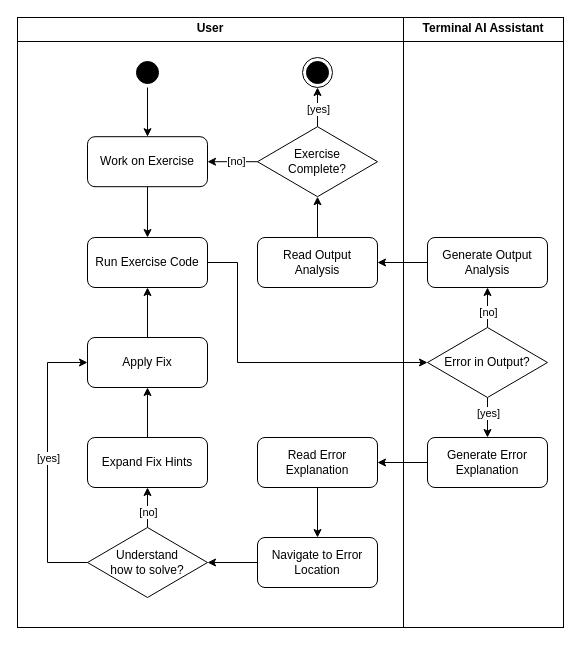
This is page "Page-7" (7 of 7) of figures/assistant-dynamic.drawio from Fangoling/bachelor-thesis, a draw.io file, before an edit. Source tidied: cells renumbered, new cells numbered last; positions are measured from the earlier drawing's top-left corner, leaving out a move shared by most shapes. Both pictures are drawn from the tidied source at 100%, with x=0, y=0 at pixel (17, 17).
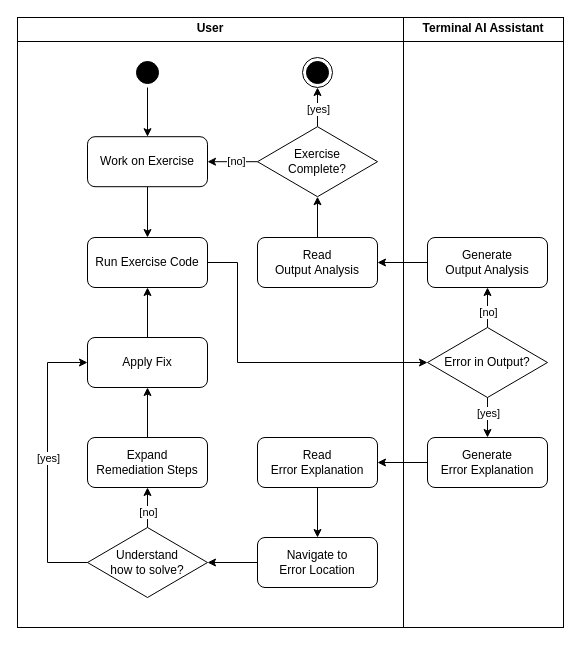
The same page after the edit.

The edit, as a diff of the source:
```diff
@@
-    <mxCell id="15" value="Generate Error Explanation" style="html=1;whiteSpace=wrap;rounded=1;" parent="1" vertex="1">
+    <mxCell id="15" value="Generate&lt;div&gt;Error Explanation&lt;/div&gt;" style="html=1;whiteSpace=wrap;rounded=1;" parent="1" vertex="1">
       <mxGeometry x="410" y="420" width="120" height="50" as="geometry" />
     </mxCell>
@@
-    <mxCell id="17" value="Generate Output Analysis" style="html=1;whiteSpace=wrap;rounded=1;" parent="1" vertex="1">
+    <mxCell id="17" value="Generate&lt;div&gt;Output Analysis&lt;/div&gt;" style="html=1;whiteSpace=wrap;rounded=1;" parent="1" vertex="1">
       <mxGeometry x="410" y="220" width="120" height="50" as="geometry" />
     </mxCell>
@@
-    <mxCell id="29" value="Expand Fix Hints" style="html=1;whiteSpace=wrap;rounded=1;" parent="1" vertex="1">
+    <mxCell id="29" value="Expand&lt;div&gt;Remediation&amp;nbsp;&lt;span style=&quot;background-color: transparent; color: light-dark(rgb(0, 0, 0), rgb(255, 255, 255));&quot;&gt;Steps&lt;/span&gt;&lt;/div&gt;" style="html=1;whiteSpace=wrap;rounded=1;" parent="1" vertex="1">
       <mxGeometry x="70" y="420" width="120" height="50" as="geometry" />
     </mxCell>
@@
-    <mxCell id="35" value="Read Error Explanation" style="html=1;whiteSpace=wrap;rounded=1;" parent="1" vertex="1">
+    <mxCell id="35" value="Read&lt;div&gt;Error Explanation&lt;/div&gt;" style="html=1;whiteSpace=wrap;rounded=1;" parent="1" vertex="1">
       <mxGeometry x="240" y="420" width="120" height="50" as="geometry" />
     </mxCell>
@@
-    <mxCell id="37" value="Read Output&lt;div&gt;Analysis&lt;/div&gt;" style="html=1;whiteSpace=wrap;rounded=1;" parent="1" vertex="1">
+    <mxCell id="37" value="Read&lt;div&gt;Output&amp;nbsp;&lt;span style=&quot;background-color: transparent; color: light-dark(rgb(0, 0, 0), rgb(255, 255, 255));&quot;&gt;Analysis&lt;/span&gt;&lt;/div&gt;" style="html=1;whiteSpace=wrap;rounded=1;" parent="1" vertex="1">
       <mxGeometry x="240" y="220" width="120" height="50" as="geometry" />
     </mxCell>
@@
-    <mxCell id="39" value="Navigate to Error Location" style="html=1;whiteSpace=wrap;rounded=1;" parent="1" vertex="1">
+    <mxCell id="39" value="Navigate to&lt;div&gt;&lt;span style=&quot;background-color: transparent; color: light-dark(rgb(0, 0, 0), rgb(255, 255, 255));&quot;&gt;Error Location&lt;/span&gt;&lt;/div&gt;" style="html=1;whiteSpace=wrap;rounded=1;" parent="1" vertex="1">
       <mxGeometry x="240" y="520" width="120" height="50" as="geometry" />
     </mxCell>
```
